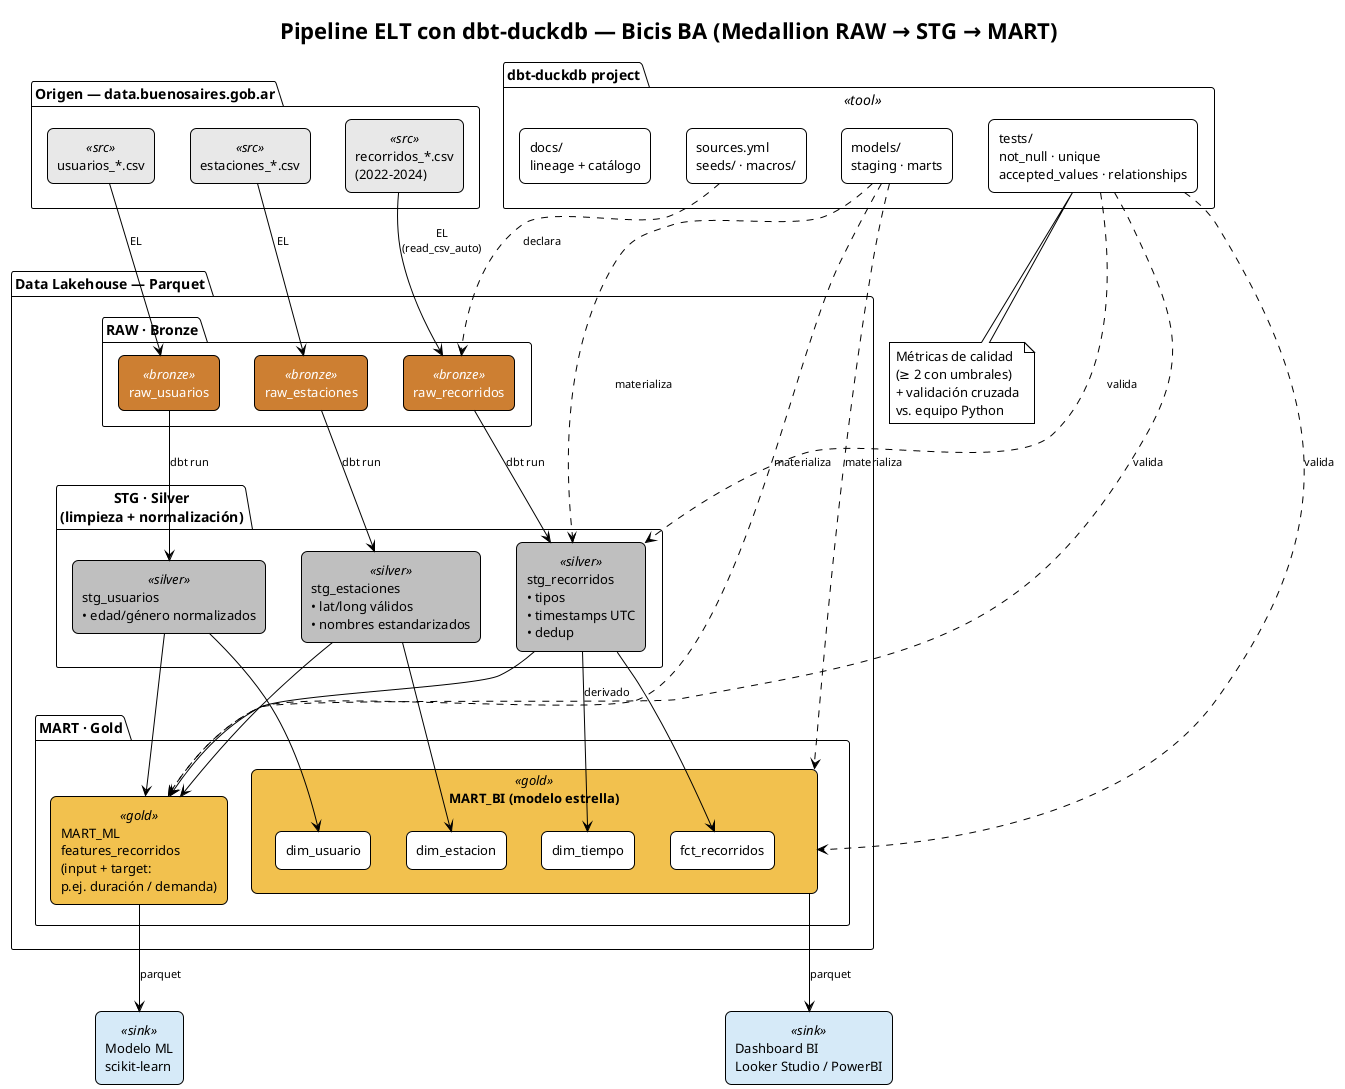
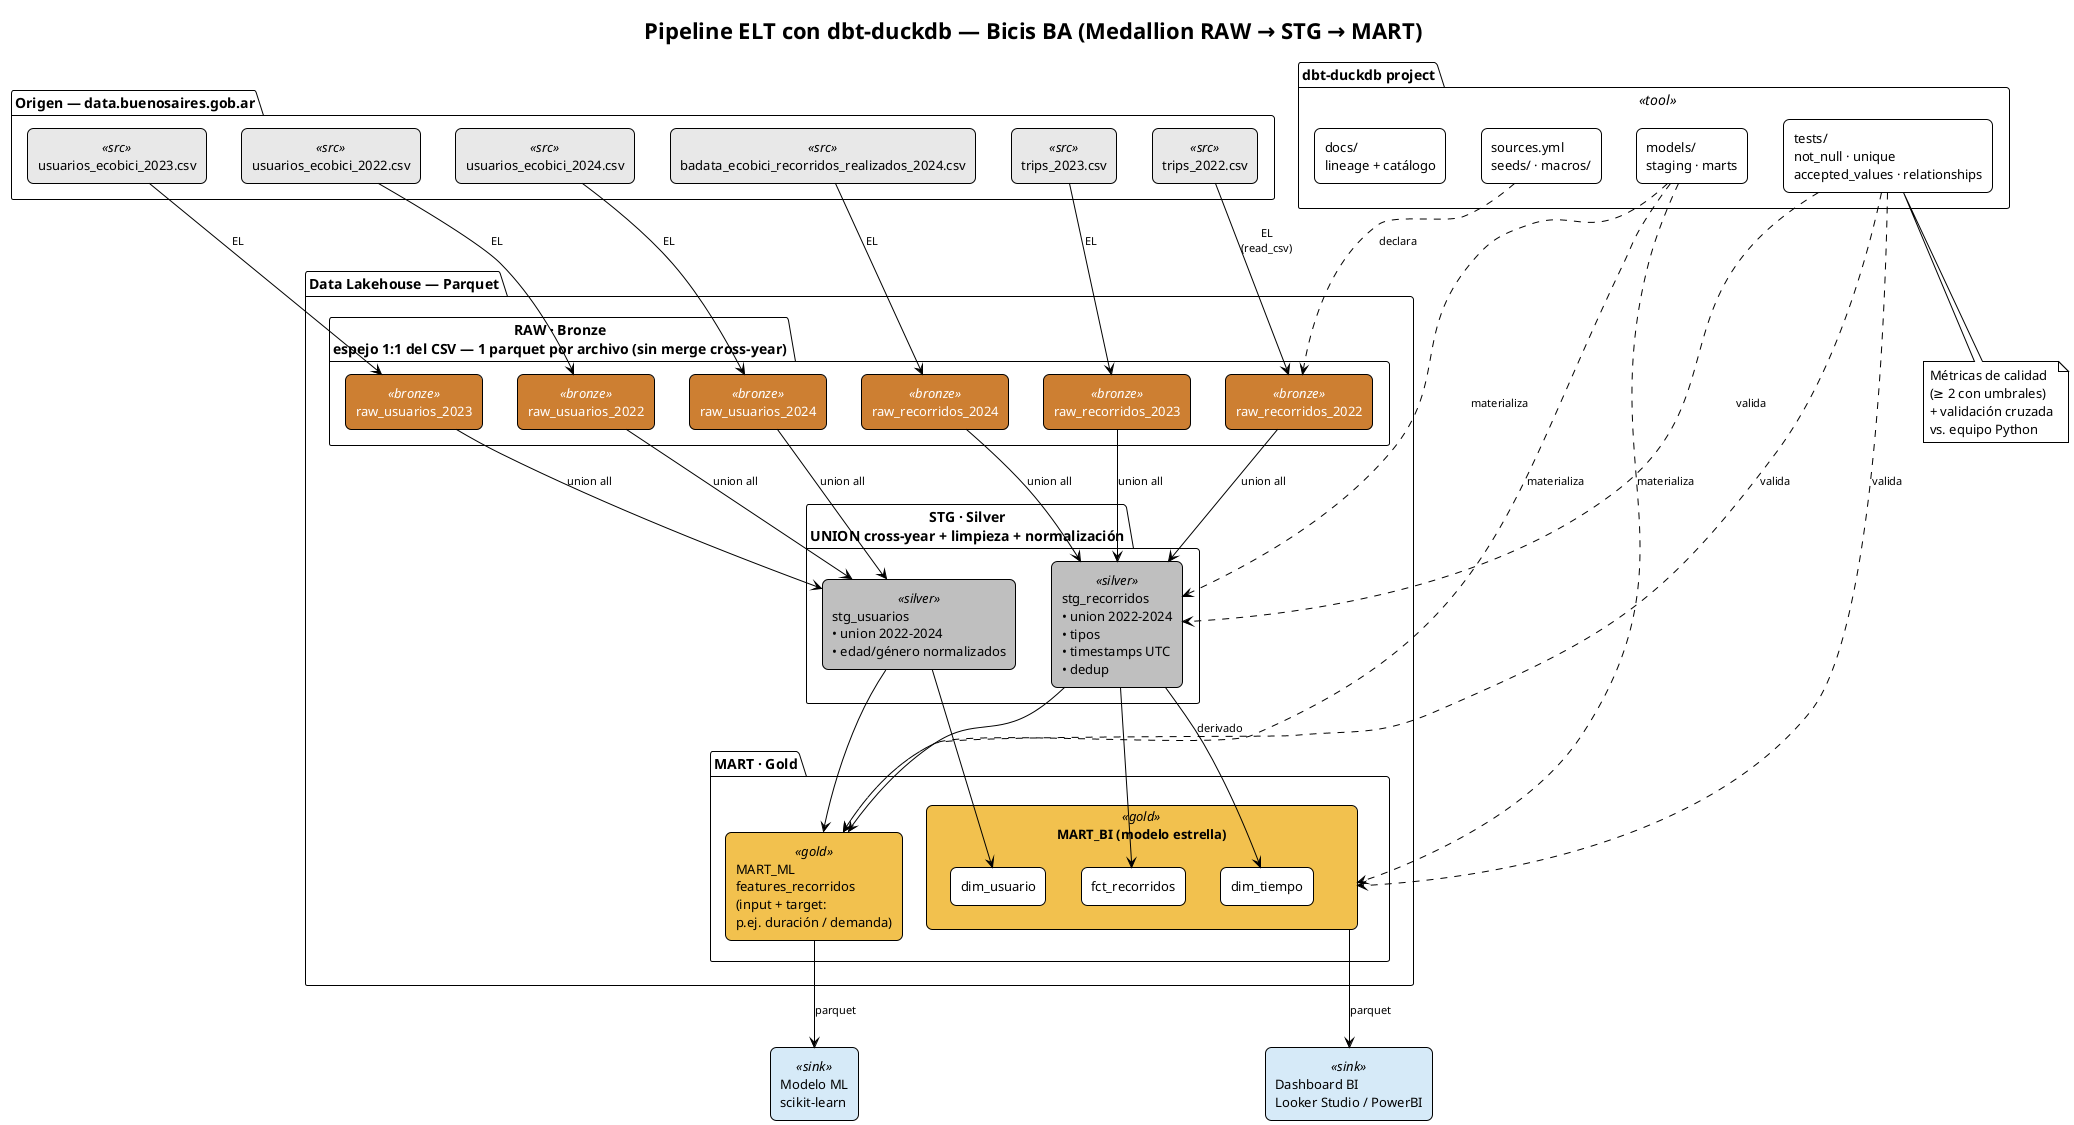
@startuml elt_dbt_overview
!theme plain
title Pipeline ELT con dbt-duckdb — Bicis BA (Medallion RAW → STG → MART)

skinparam rectangle {
  RoundCorner 12
  FontSize 13
  BackgroundColor<<bronze>> #CD7F32
  FontColor<<bronze>> white
  BackgroundColor<<silver>> #BFBFBF
  BackgroundColor<<gold>> #F2C14E
  BackgroundColor<<src>> #E8E8E8
  BackgroundColor<<sink>> #D6EAF8
  BackgroundColor<<tool>> #FFF2CC
}
skinparam ArrowFontSize 11
skinparam shadowing false

' ---------- Origen ----------
package "Origen — data.buenosaires.gob.ar" {
-   rectangle "recorridos_*.csv\n(2022-2024)" as src_rec <<src>>
-   rectangle "estaciones_*.csv" as src_est <<src>>
-   rectangle "usuarios_*.csv" as src_usr <<src>>
+   rectangle "trips_2022.csv"                              as src_rec22 <<src>>
+   rectangle "trips_2023.csv"                              as src_rec23 <<src>>
+   rectangle "badata_ecobici_recorridos_realizados_2024.csv" as src_rec24 <<src>>
+   rectangle "usuarios_ecobici_2022.csv"                   as src_usr22 <<src>>
+   rectangle "usuarios_ecobici_2023.csv"                   as src_usr23 <<src>>
+   rectangle "usuarios_ecobici_2024.csv"                   as src_usr24 <<src>>
}

' ---------- Lakehouse ----------
package "Data Lakehouse — Parquet" {

-   package "RAW · Bronze" {
-     rectangle "raw_recorridos" as raw_rec <<bronze>>
-     rectangle "raw_estaciones" as raw_est <<bronze>>
-     rectangle "raw_usuarios"   as raw_usr <<bronze>>
+   package "RAW · Bronze\nespejo 1:1 del CSV — 1 parquet por archivo (sin merge cross-year)" {
+     rectangle "raw_recorridos_2022" as raw_rec22 <<bronze>>
+     rectangle "raw_recorridos_2023" as raw_rec23 <<bronze>>
+     rectangle "raw_recorridos_2024" as raw_rec24 <<bronze>>
+     rectangle "raw_usuarios_2022"   as raw_usr22 <<bronze>>
+     rectangle "raw_usuarios_2023"   as raw_usr23 <<bronze>>
+     rectangle "raw_usuarios_2024"   as raw_usr24 <<bronze>>
  }

-   package "STG · Silver\n(limpieza + normalización)" {
-     rectangle "stg_recorridos\n• tipos\n• timestamps UTC\n• dedup" as stg_rec <<silver>>
-     rectangle "stg_estaciones\n• lat/long válidos\n• nombres estandarizados" as stg_est <<silver>>
-     rectangle "stg_usuarios\n• edad/género normalizados" as stg_usr <<silver>>
+   package "STG · Silver\nUNION cross-year + limpieza + normalización" {
+     rectangle "stg_recorridos\n• union 2022-2024\n• tipos\n• timestamps UTC\n• dedup" as stg_rec <<silver>>
+     rectangle "stg_usuarios\n• union 2022-2024\n• edad/género normalizados" as stg_usr <<silver>>
  }

  package "MART · Gold" {
    rectangle "MART_BI (modelo estrella)" as mart_bi <<gold>> {
      rectangle "fct_recorridos" as fct
-       rectangle "dim_estacion"   as dim_est
      rectangle "dim_usuario"    as dim_usr
      rectangle "dim_tiempo"     as dim_t
    }
    rectangle "MART_ML\nfeatures_recorridos\n(input + target:\np.ej. duración / demanda)" as mart_ml <<gold>>
  }
}

' ---------- Consumo ----------
rectangle "Dashboard BI\nLooker Studio / PowerBI" as bi <<sink>>
rectangle "Modelo ML\nscikit-learn" as ml <<sink>>

' ---------- dbt-duckdb ----------
package "dbt-duckdb project" as dbtproj <<tool>> {
  rectangle "models/\nstaging · marts" as dbt_models
  rectangle "tests/\nnot_null · unique\naccepted_values · relationships" as dbt_tests
  rectangle "sources.yml\nseeds/ · macros/" as dbt_sources
  rectangle "docs/\nlineage + catálogo" as dbt_docs
}

' ---------- Flujo principal ----------
- src_rec --> raw_rec : EL\n(read_csv_auto)
- src_est --> raw_est : EL
- src_usr --> raw_usr : EL
+ src_rec22 --> raw_rec22 : EL\n(read_csv)
+ src_rec23 --> raw_rec23 : EL
+ src_rec24 --> raw_rec24 : EL
+ src_usr22 --> raw_usr22 : EL
+ src_usr23 --> raw_usr23 : EL
+ src_usr24 --> raw_usr24 : EL

- raw_rec --> stg_rec : dbt run
- raw_est --> stg_est : dbt run
- raw_usr --> stg_usr : dbt run
+ raw_rec22 --> stg_rec : union all
+ raw_rec23 --> stg_rec : union all
+ raw_rec24 --> stg_rec : union all
+ raw_usr22 --> stg_usr : union all
+ raw_usr23 --> stg_usr : union all
+ raw_usr24 --> stg_usr : union all

stg_rec --> fct
- stg_est --> dim_est
stg_usr --> dim_usr
stg_rec --> dim_t   : derivado

stg_rec --> mart_ml
- stg_est --> mart_ml
stg_usr --> mart_ml

mart_bi --> bi : parquet
mart_ml --> ml : parquet

' ---------- dbt como capa transversal ----------
- dbt_sources ..> raw_rec : declara
- dbt_models  ..> stg_rec : materializa
- dbt_models  ..> mart_bi : materializa
- dbt_models  ..> mart_ml : materializa
- dbt_tests   ..> stg_rec : valida
- dbt_tests   ..> mart_bi : valida
- dbt_tests   ..> mart_ml : valida
+ dbt_sources ..> raw_rec22 : declara
+ dbt_models  ..> stg_rec   : materializa
+ dbt_models  ..> mart_bi   : materializa
+ dbt_models  ..> mart_ml   : materializa
+ dbt_tests   ..> stg_rec   : valida
+ dbt_tests   ..> mart_bi   : valida
+ dbt_tests   ..> mart_ml   : valida

note bottom of dbt_tests
  Métricas de calidad
  (≥ 2 con umbrales)
  + validación cruzada
  vs. equipo Python
end note

@enduml
